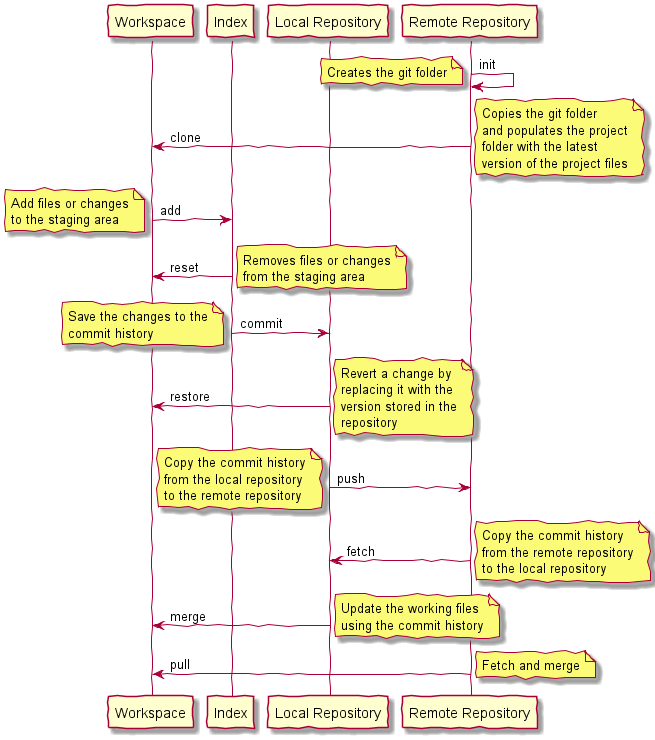
Above: Assets/images/git-dataflow-diagram.png in braboj/tutorial-git (PlantUML), before the change.
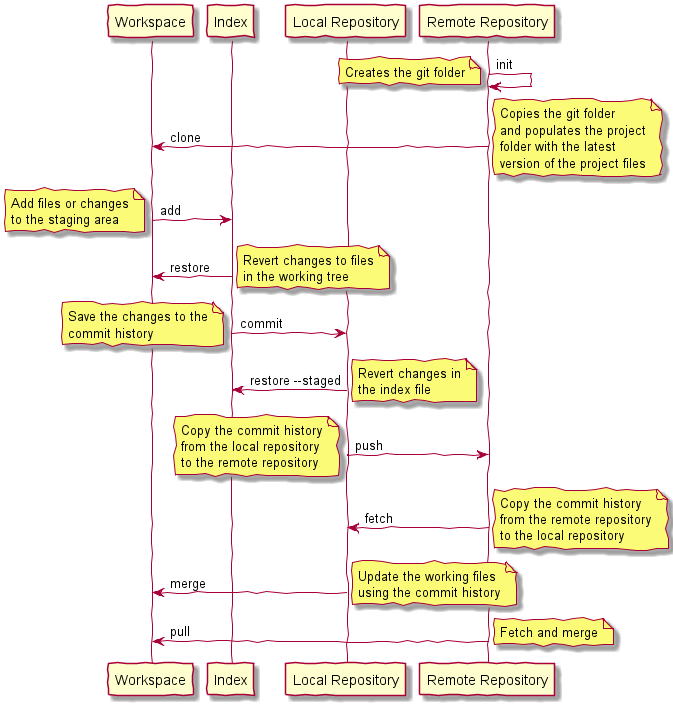
After the commit.

Commit message:
(TUT-GIT) - New diagrams and update of README.md

Change to the diagram source:
```diff
@@ -26,10 +26,10 @@
     to the staging area
 end note
 
-Index -> Workspace  : reset
+Index -> Workspace  : restore
 note right
-    Removes files or changes
-    from the staging area
+    Revert changes to files
+    in the working tree
 end note
 
 Index -> Local      : commit
@@ -38,12 +38,10 @@
     commit history
 end note
 
-Local -> Workspace  : restore
+Local -> Index  :  restore --staged
 note right
-    Revert a change by
-    replacing it with the
-    version stored in the
-    repository
+    Revert changes in
+    the index file
 end note
 
 Local -> Remote     : push
```
